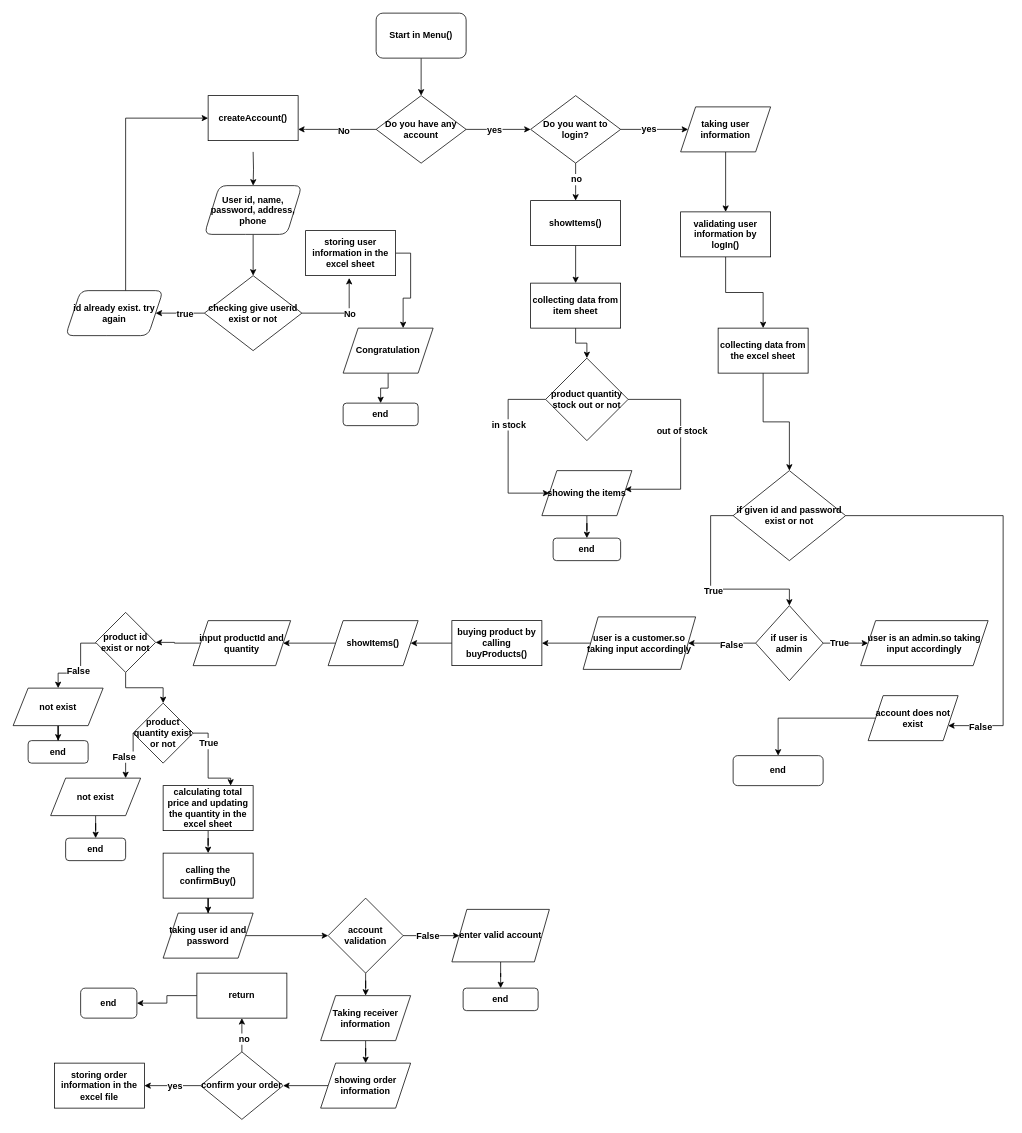
Earlier version of the draw.io diagram page "Page-1" (1 of 2) of onlineShopping(customer).drawio (Barkatopu1345/Online-shopping-system). Source tidied: cells renumbered, new cells numbered last; positions are measured from the earlier drawing's top-left corner, leaving out a move shared by most shapes. Both pictures are drawn from the tidied source at 75%, with x=0, y=0 at pixel (13, 13).
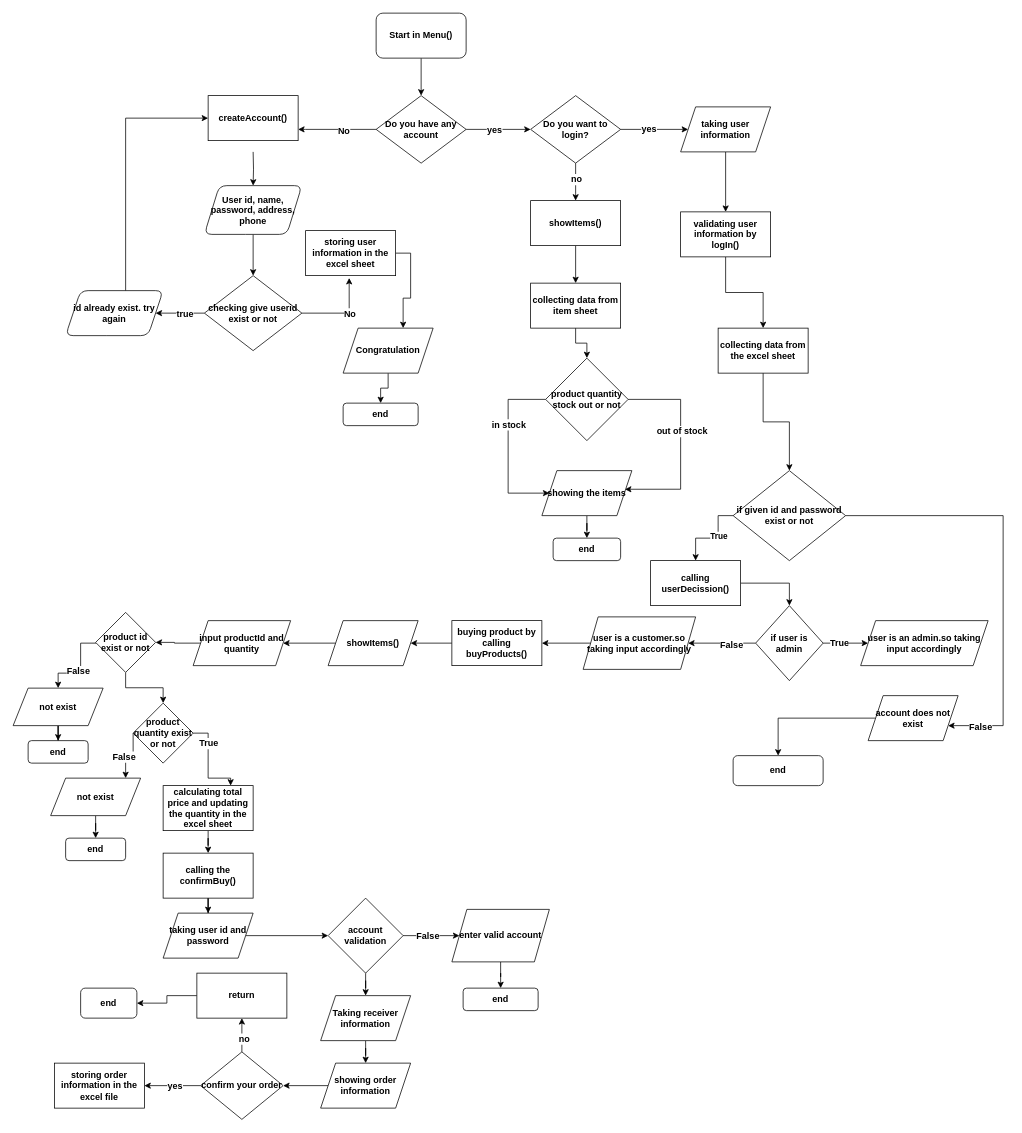
After the change.

The change refers to these unchanged cells:
```xml
<mxCell id="52" value="if given id and password exist or not" style="rhombus;whiteSpace=wrap;html=1;rounded=0;fontStyle=1;fontSize=12;" parent="1" vertex="1">
  <mxGeometry x="960" y="610" width="150" height="120" as="geometry" />
</mxCell>
<mxCell id="57" value="if user is admin" style="rhombus;whiteSpace=wrap;html=1;rounded=0;fontStyle=1;fontSize=12;" parent="1" vertex="1">
  <mxGeometry x="990" y="790" width="90" height="100" as="geometry" />
</mxCell>
```

The edit, as a diff of the source:
```diff
@@
-    <mxCell id="48" style="edgeStyle=orthogonalEdgeStyle;rounded=0;jettySize=auto;html=1;entryX=0.5;entryY=0;entryDx=0;entryDy=0;fontStyle=1;fontSize=12;" parent="1" edge="1" source="52" target="57">
-      <mxGeometry relative="1" as="geometry">
-        <Array as="points">
-          <mxPoint x="930" y="670" />
-          <mxPoint x="930" y="768" />
-          <mxPoint x="1035" y="768" />
-        </Array>
-      </mxGeometry>
-    </mxCell>
-    <mxCell id="49" value="True" style="edgeLabel;html=1;align=center;verticalAlign=middle;fontStyle=1;fontSize=12;" parent="48" vertex="1">
-      <mxGeometry x="0.03" y="-2" relative="1" as="geometry" />
-    </mxCell>
@@
+    <mxCell id="111" style="edgeStyle=orthogonalEdgeStyle;rounded=0;jettySize=auto;html=1;entryX=0.5;entryY=0;entryDx=0;entryDy=0;fontStyle=1;" parent="1" edge="1" source="52" target="113">
+      <mxGeometry relative="1" as="geometry">
+        <Array as="points">
+          <mxPoint x="940" y="670" />
+          <mxPoint x="940" y="700" />
+          <mxPoint x="910" y="700" />
+        </Array>
+      </mxGeometry>
+    </mxCell>
+    <mxCell id="49" value="&lt;span&gt;True&lt;/span&gt;" style="edgeLabel;html=1;align=center;verticalAlign=middle;fontStyle=1;" parent="111" vertex="1">
+      <mxGeometry x="-0.35" y="-3" relative="1" as="geometry">
+        <mxPoint x="3" y="11" as="offset" />
+      </mxGeometry>
+    </mxCell>
@@
+    <mxCell id="112" style="edgeStyle=orthogonalEdgeStyle;rounded=0;jettySize=auto;html=1;entryX=0.5;entryY=0;entryDx=0;entryDy=0;fontStyle=1;" parent="1" edge="1" source="113" target="57">
+      <mxGeometry relative="1" as="geometry" />
+    </mxCell>
+    <mxCell id="113" value="calling userDecission()" style="rounded=0;whiteSpace=wrap;html=1;fontStyle=1;" parent="1" vertex="1">
+      <mxGeometry x="850" y="730" width="120" height="60" as="geometry" />
+    </mxCell>
```
